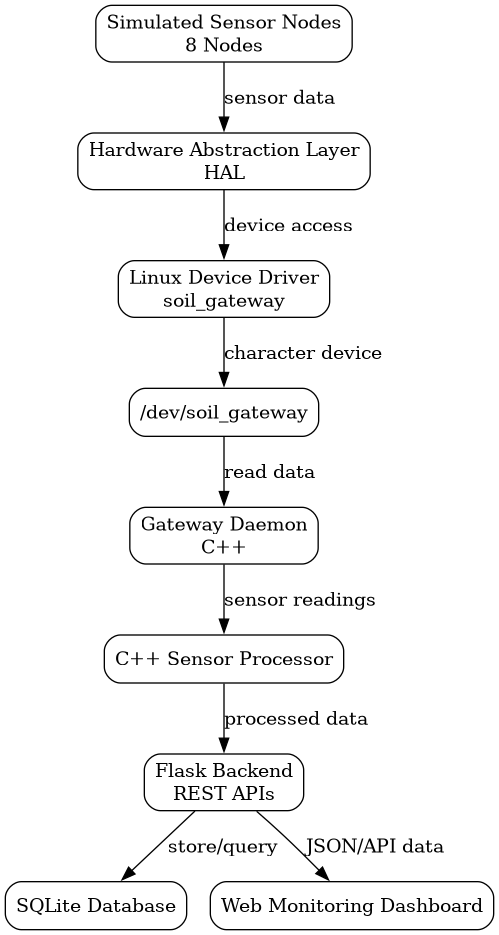
This is docs/stage6/architecture.png from anshumanpattnaik153-ctrl/soil-moisture-gateway, a Graphviz export, as it was before one commit. Its source is kept beside it as docs/stage6/architecture.dot.
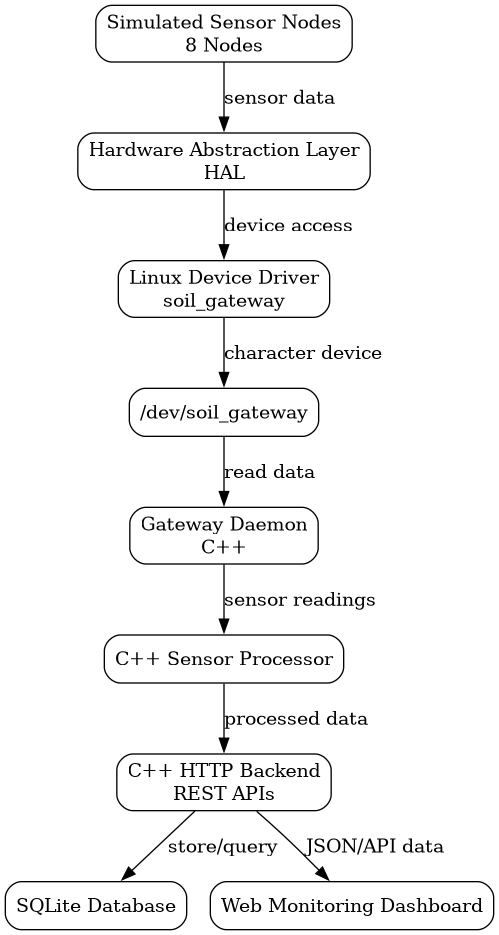
After the commit.

The edit, as a diff of the source:
```diff
@@ -8,7 +8,7 @@
     Device [label="/dev/soil_gateway"];
     Gateway [label="Gateway Daemon\nC++"];
     Processor [label="C++ Sensor Processor"];
-    Backend [label="Flask Backend\nREST APIs"];
+    Backend [label="C++ HTTP Backend\nREST APIs"];
     DB [label="SQLite Database"];
     Dashboard [label="Web Monitoring Dashboard"];
 
```
